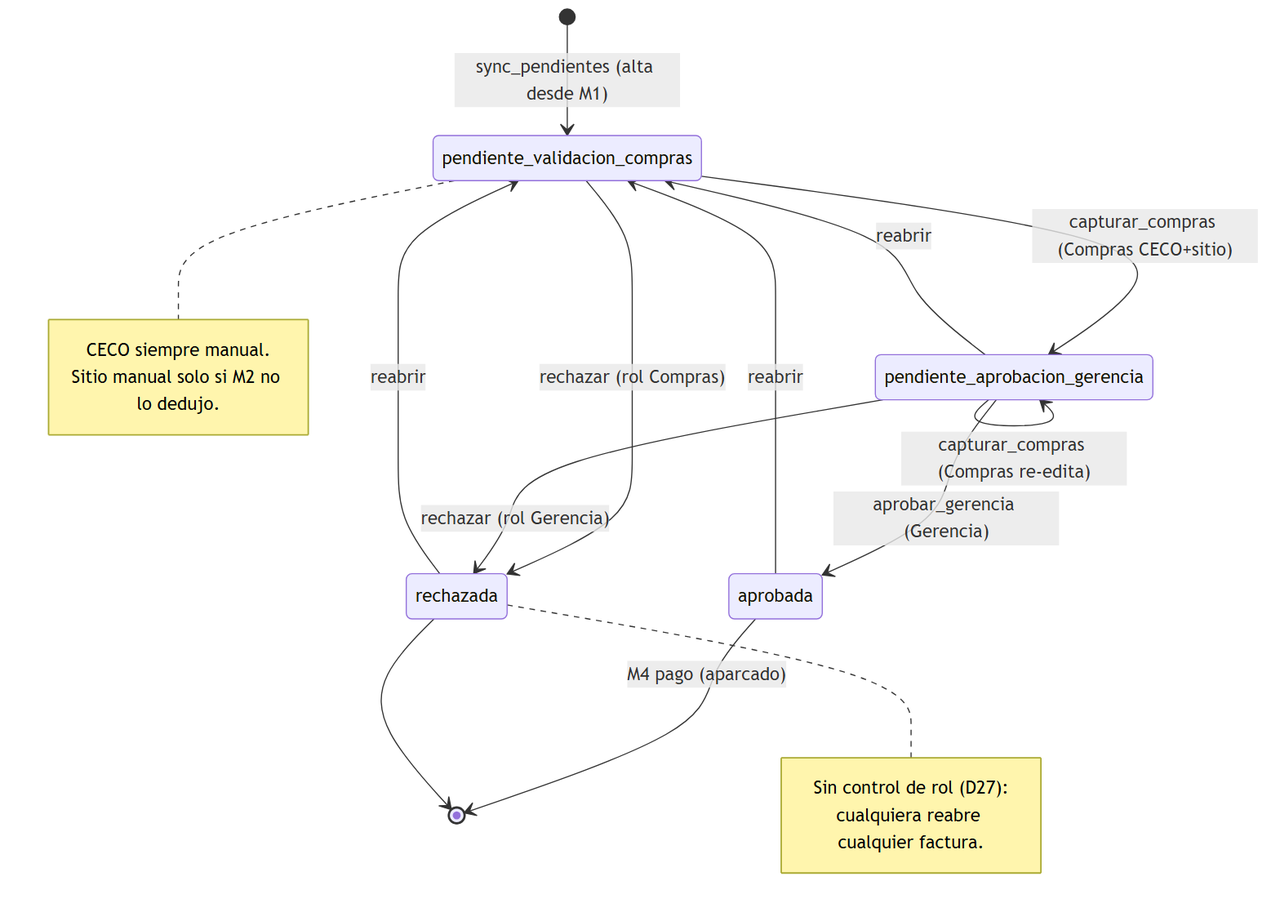
This is ConsultasBigQuery/flujo-aprobacion.png from quantrueSL/proan-hidrocarburos, a Mermaid export, as it was before one commit. Its source is kept beside it as ConsultasBigQuery/flujo-aprobacion.mmd.
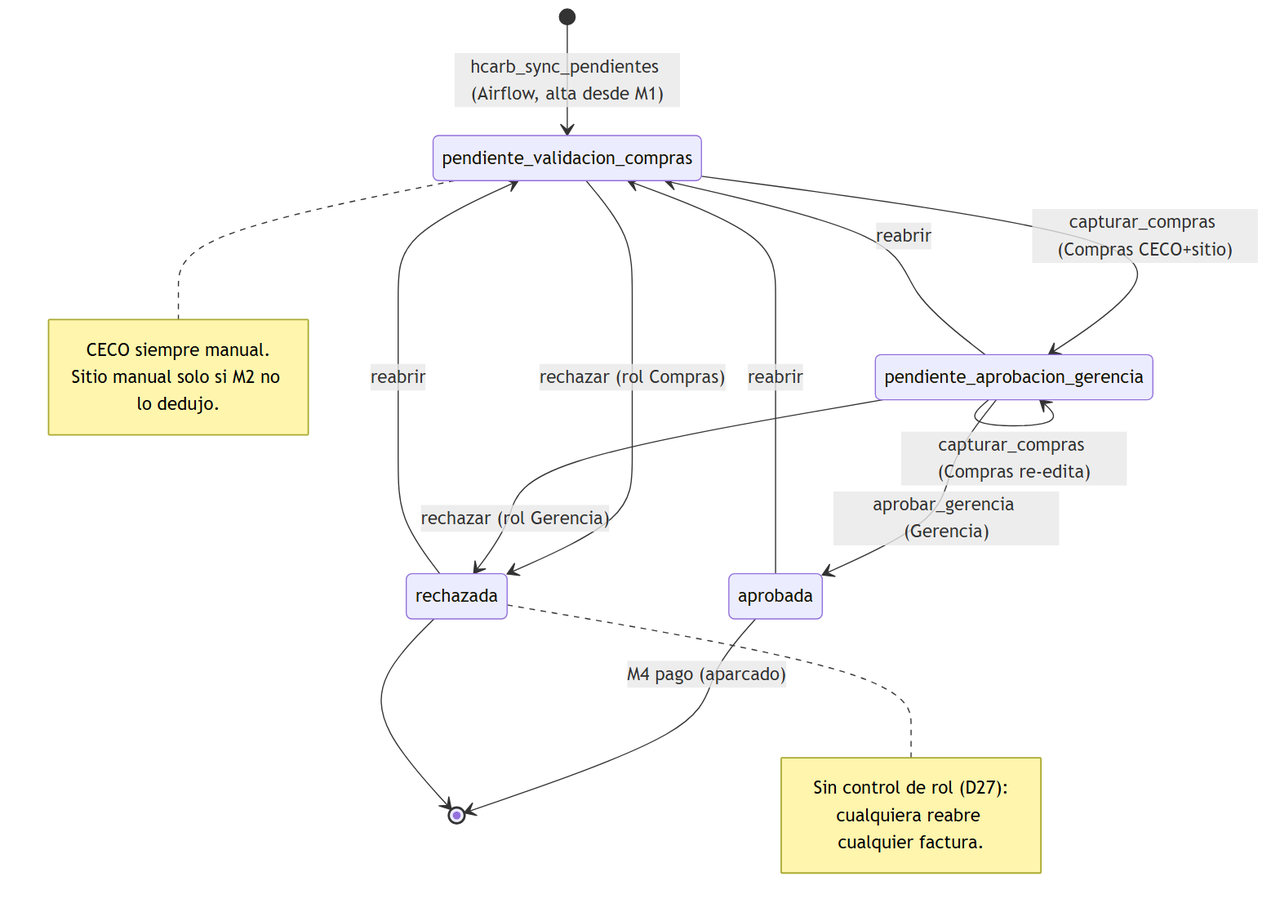
After the commit.

Commit message:
sync pendientes en Airflow

Diff of the diagram source:
```diff
@@ -1,5 +1,5 @@
 stateDiagram-v2
-    [*] --> pendiente_validacion_compras: sync_pendientes (alta desde M1)
+    [*] --> pendiente_validacion_compras: hcarb_sync_pendientes (Airflow, alta desde M1)
 
     pendiente_validacion_compras --> pendiente_aprobacion_gerencia: capturar_compras (Compras CECO+sitio)
     pendiente_aprobacion_gerencia --> pendiente_aprobacion_gerencia: capturar_compras (Compras re-edita)
```
